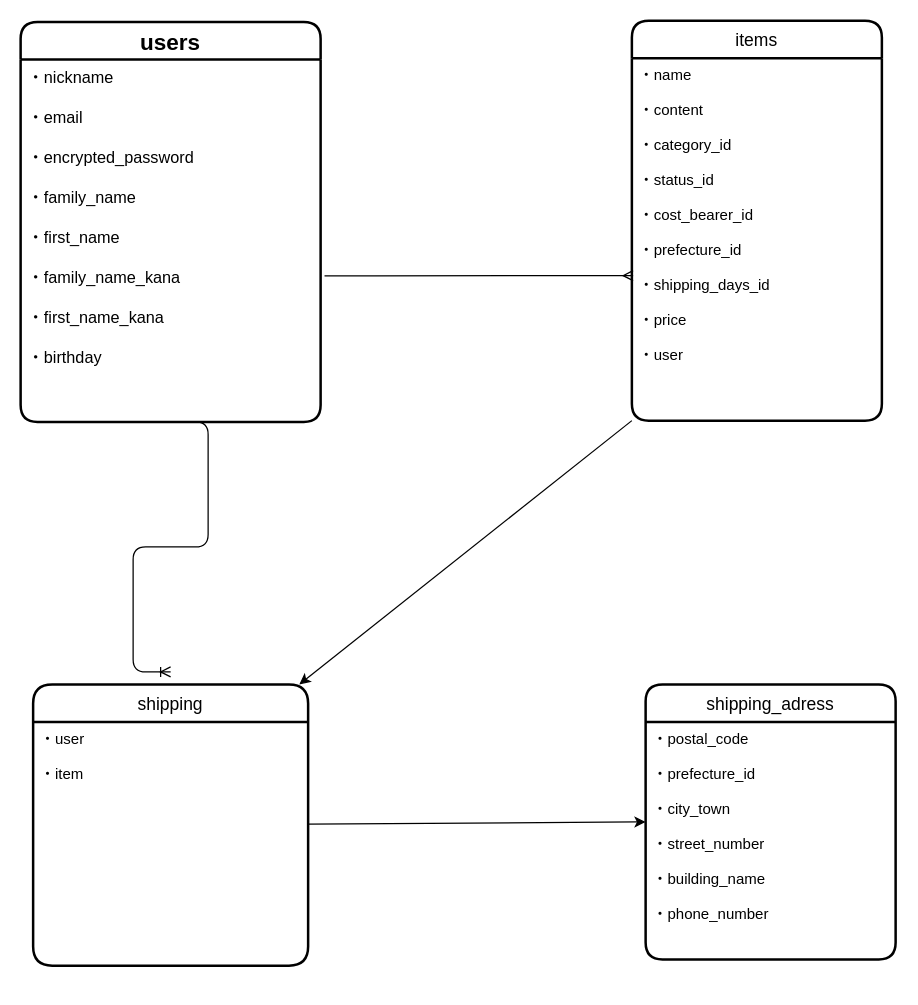
Before: furima.dio in sinkaigyo46/furima-39591, a draw.io diagram. Source tidied: cells renumbered, new cells numbered last; positions are measured from the earlier drawing's top-left corner, leaving out a move shared by most shapes. Both pictures are drawn from the tidied source at 125%, with x=0, y=0 at pixel (20, 20).
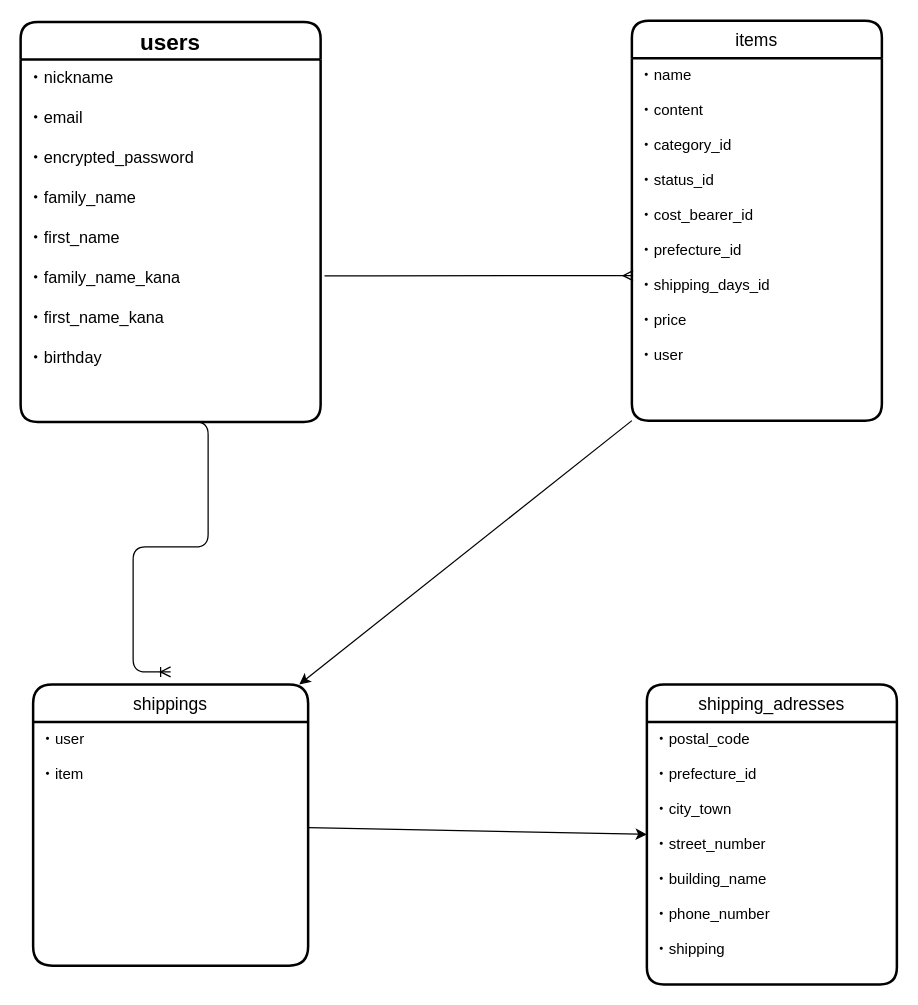
Above is the later version.

The edit, as a diff of the source:
```diff
@@
 <mxGraphModel>
   <root>
     <mxCell id="0" />
     <mxCell id="1" parent="0" />
     <mxCell id="2" value="users" style="swimlane;horizontal=1;startSize=30;rounded=1;fontSize=18;fontStyle=1;strokeWidth=2;shadow=0;dashed=0;align=center;" parent="1" vertex="1">
       <mxGeometry y="1" width="240" height="320" as="geometry" />
     </mxCell>
     <mxCell id="3" value="・nickname&#10;&#10;・email&#10;&#10;・encrypted_password&#10;&#10;・family_name&#10;&#10;・first_name&#10;&#10;・family_name_kana&#10;&#10;・first_name_kana&#10;&#10;・birthday" style="align=left;strokeColor=none;fillColor=none;spacingLeft=4;fontSize=13;verticalAlign=top;" parent="2" vertex="1">
       <mxGeometry y="30" width="240" height="290" as="geometry" />
     </mxCell>
     <mxCell id="4" style="edgeStyle=entityRelationEdgeStyle;fontSize=12;html=1;endArrow=ERoneToMany;" parent="2" edge="1">
       <mxGeometry relative="1" as="geometry">
         <mxPoint x="120" y="320" as="sourcePoint" />
         <mxPoint x="120" y="520" as="targetPoint" />
       </mxGeometry>
     </mxCell>
     <mxCell id="5" style="edgeStyle=none;html=1;exitX=0;exitY=1;exitDx=0;exitDy=0;entryX=0.968;entryY=0;entryDx=0;entryDy=0;entryPerimeter=0;fontSize=13;" parent="1" edge="1" source="6" target="9">
       <mxGeometry relative="1" as="geometry" />
     </mxCell>
     <mxCell id="6" value="items" style="swimlane;horizontal=1;startSize=30;rounded=1;fontSize=14;fontStyle=0;strokeWidth=2;shadow=0;dashed=0;align=center;" parent="1" vertex="1">
       <mxGeometry x="489" width="200" height="320" as="geometry" />
     </mxCell>
     <mxCell id="7" value="・name&#10;&#10;・content&#10;&#10;・category_id&#10;&#10;・status_id&#10;&#10;・cost_bearer_id&#10;&#10;・prefecture_id&#10;&#10;・shipping_days_id　&#10;&#10;・price&#10;&#10;・user&#10;&#10;&#10;" style="align=left;strokeColor=none;fillColor=none;spacingLeft=4;fontSize=12;verticalAlign=top;" parent="6" vertex="1">
       <mxGeometry y="30" width="200" height="290" as="geometry" />
     </mxCell>
     <mxCell id="8" style="edgeStyle=none;html=1;fontSize=13;entryX=0;entryY=0.5;entryDx=0;entryDy=0;" parent="1" edge="1" source="9" target="11">
       <mxGeometry relative="1" as="geometry" />
     </mxCell>
-    <mxCell id="9" value="shipping" style="swimlane;horizontal=1;startSize=30;rounded=1;fontSize=14;fontStyle=0;strokeWidth=2;shadow=0;dashed=0;align=center;arcSize=17;" parent="1" vertex="1">
+    <mxCell id="9" value="shippings" style="swimlane;horizontal=1;startSize=30;rounded=1;fontSize=14;fontStyle=0;strokeWidth=2;shadow=0;dashed=0;align=center;arcSize=17;" parent="1" vertex="1">
       <mxGeometry x="10" y="531" width="220" height="225" as="geometry" />
     </mxCell>
     <mxCell id="10" value="・user&#10;&#10;・item&#10;" style="align=left;strokeColor=none;fillColor=none;spacingLeft=4;fontSize=12;verticalAlign=top;" parent="9" vertex="1">
       <mxGeometry y="30" width="220" height="195" as="geometry" />
     </mxCell>
-    <mxCell id="11" value="shipping_adress" style="swimlane;horizontal=1;startSize=30;rounded=1;fontSize=14;fontStyle=0;strokeWidth=2;shadow=0;dashed=0;align=center;" parent="1" vertex="1">
-      <mxGeometry x="500" y="531" width="200" height="220" as="geometry" />
+    <mxCell id="11" value="shipping_adresses" style="swimlane;horizontal=1;startSize=30;rounded=1;fontSize=14;fontStyle=0;strokeWidth=2;shadow=0;dashed=0;align=center;" parent="1" vertex="1">
+      <mxGeometry x="501" y="531" width="200" height="240" as="geometry" />
     </mxCell>
-    <mxCell id="12" value="・postal_code&#10;&#10;・prefecture_id&#10;&#10;・city_town&#10;&#10;・street_number&#10;&#10;・building_name&#10;&#10;・phone_number" style="align=left;strokeColor=none;fillColor=none;spacingLeft=4;fontSize=12;verticalAlign=top;" parent="11" vertex="1">
-      <mxGeometry y="30" width="200" height="190" as="geometry" />
+    <mxCell id="12" value="・postal_code&#10;&#10;・prefecture_id&#10;&#10;・city_town&#10;&#10;・street_number&#10;&#10;・building_name&#10;&#10;・phone_number&#10;&#10;・shipping" style="align=left;strokeColor=none;fillColor=none;spacingLeft=4;fontSize=12;verticalAlign=top;" parent="11" vertex="1">
+      <mxGeometry y="30" width="200" height="210" as="geometry" />
     </mxCell>
     <mxCell id="13" style="edgeStyle=entityRelationEdgeStyle;fontSize=12;html=1;endArrow=ERmany;exitX=1.013;exitY=0.597;exitDx=0;exitDy=0;exitPerimeter=0;" parent="1" edge="1" source="3">
       <mxGeometry relative="1" as="geometry">
         <mxPoint x="490" y="204" as="targetPoint" />
       </mxGeometry>
     </mxCell>
   </root>
 </mxGraphModel>
```
